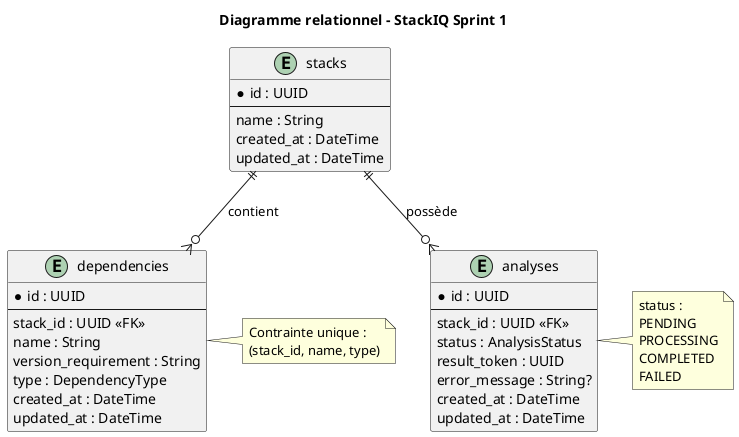
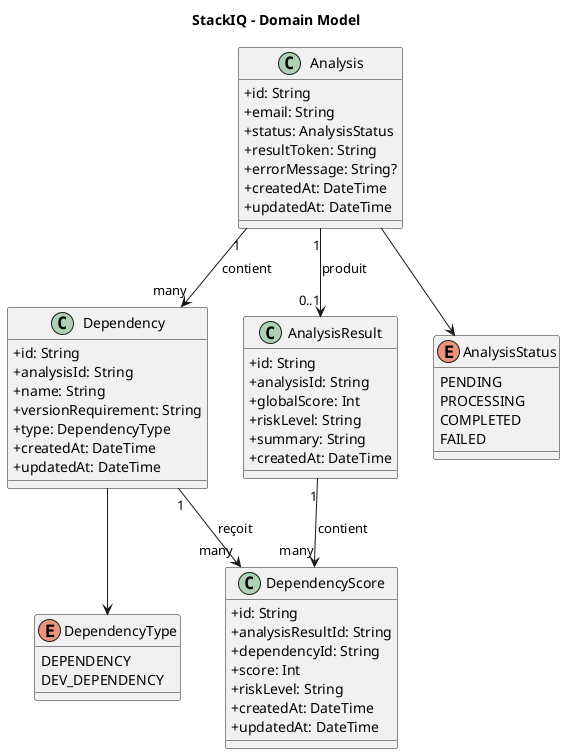
@startuml
- title Diagramme relationnel - StackIQ Sprint 1
+ title StackIQ - Domain Model

- entity "stacks" as Stack {
-   * id : UUID
-   --
-   name : String
-   created_at : DateTime
-   updated_at : DateTime
+ skinparam classAttributeIconSize 0
+ skinparam shadowing false
+ 
+ class Analysis {
+   +id: String
+   +email: String
+   +status: AnalysisStatus
+   +resultToken: String
+   +errorMessage: String?
+   +createdAt: DateTime
+   +updatedAt: DateTime
}

- entity "dependencies" as Dependency {
-   * id : UUID
-   --
-   stack_id : UUID <<FK>>
-   name : String
-   version_requirement : String
-   type : DependencyType
-   created_at : DateTime
-   updated_at : DateTime
+ class Dependency {
+   +id: String
+   +analysisId: String
+   +name: String
+   +versionRequirement: String
+   +type: DependencyType
+   +createdAt: DateTime
+   +updatedAt: DateTime
}

- entity "analyses" as Analysis {
-   * id : UUID
-   --
-   stack_id : UUID <<FK>>
-   status : AnalysisStatus
-   result_token : UUID
-   error_message : String?
-   created_at : DateTime
-   updated_at : DateTime
+ class AnalysisResult {
+   +id: String
+   +analysisId: String
+   +globalScore: Int
+   +riskLevel: String
+   +summary: String
+   +createdAt: DateTime
}

- Stack ||--o{ Dependency : contient
- Stack ||--o{ Analysis : possède
+ class DependencyScore {
+   +id: String
+   +analysisResultId: String
+   +dependencyId: String
+   +score: Int
+   +riskLevel: String
+   +createdAt: DateTime
+   +updatedAt: DateTime
+ }

- note right of Dependency
- Contrainte unique :
- (stack_id, name, type)
- end note
+ enum AnalysisStatus {
+   PENDING
+   PROCESSING
+   COMPLETED
+   FAILED
+ }

- note right of Analysis
- status :
- PENDING
- PROCESSING
- COMPLETED
- FAILED
- end note
+ enum DependencyType {
+   DEPENDENCY
+   DEV_DEPENDENCY
+ }
+ 
+ Analysis "1" --> "many" Dependency : contient
+ Analysis "1" --> "0..1" AnalysisResult : produit
+ AnalysisResult "1" --> "many" DependencyScore : contient
+ Dependency "1" --> "many" DependencyScore : reçoit
+ 
+ Analysis --> AnalysisStatus
+ Dependency --> DependencyType

@enduml